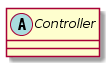
The PlantUML diagram report/figures/design/class/core/controller.png in geoffjay/comp8506-docs, before a commit.
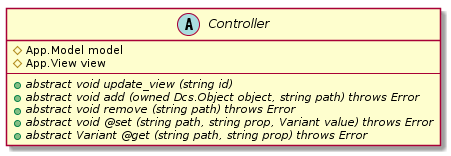
Later version of the same file.

Diff of the diagram source:
```diff
@@ -1,4 +1,12 @@
 @startuml
 abstract class Controller {
+    #App.Model model
+    #App.View view
+    ----
+    +{abstract}abstract void update_view (string id)
+    +{abstract}abstract void add (owned Dcs.Object object, string path) throws Error
+    +{abstract}abstract void remove (string path) throws Error
+    +{abstract}abstract void @set (string path, string prop, Variant value) throws Error
+    +{abstract}abstract Variant @get (string path, string prop) throws Error
 }
 @enduml
```
